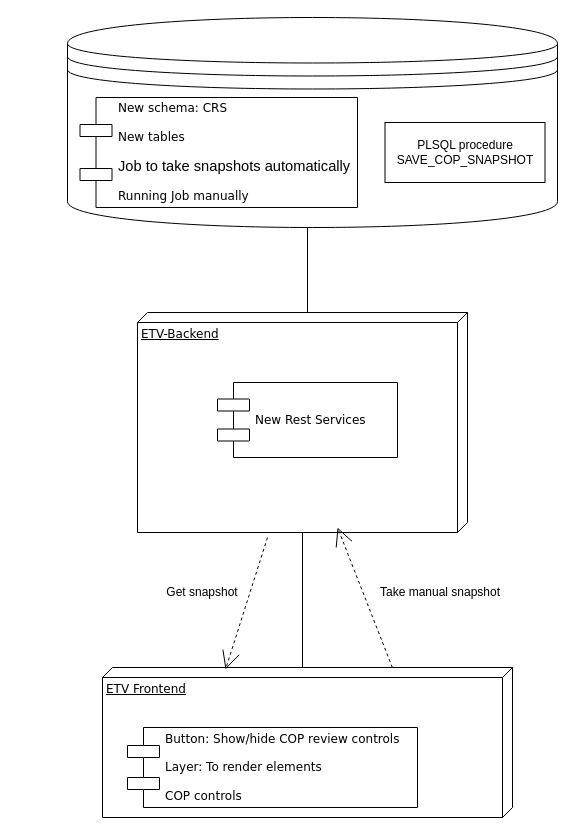
Before: Untitled Diagram.drawio in JuanGmv/ejercicio, a draw.io diagram. Source tidied: cells renumbered, new cells numbered last; positions are measured from the earlier drawing's top-left corner, leaving out a move shared by most shapes. Both pictures are drawn from the tidied source at 100%, with x=0, y=0 at pixel (67, 17).
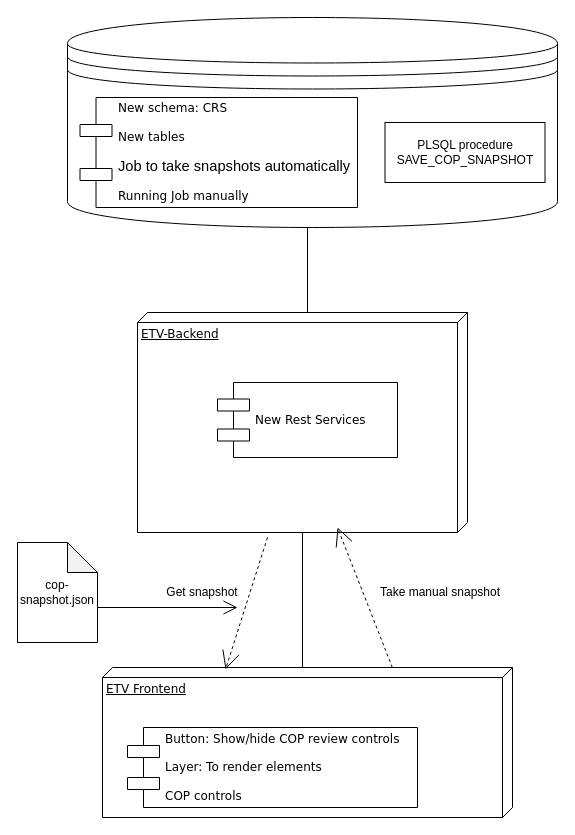
Above is the later version.

Diff of the diagram source:
```diff
@@
+    <mxCell id="15" value="cop-snapshot.json" style="shape=note;whiteSpace=wrap;html=1;backgroundOutline=1;darkOpacity=0.05;" parent="1" vertex="1">
+      <mxGeometry x="-50" y="525" width="80" height="100" as="geometry" />
+    </mxCell>
+    <mxCell id="16" style="endArrow=open;endFill=1;endSize=12;html=1;rounded=0;" parent="1" edge="1">
+      <mxGeometry relative="1" as="geometry">
+        <mxPoint x="30" y="590" as="sourcePoint" />
+        <mxPoint x="170" y="590" as="targetPoint" />
+      </mxGeometry>
+    </mxCell>
```
